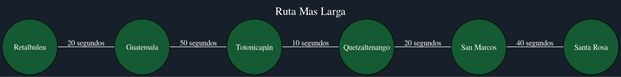
Marco131-xel/Edd_Proyecto2 keeps this Graphviz diagram as Rapidito/ruta_mas_larga.png. Above is the earlier version. Its source is kept beside it as Rapidito/ruta_mas_larga.dot.
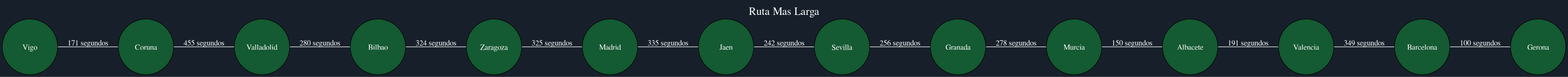
The same file after the commit.

The edit, as a diff of the source:
```diff
@@ -7,20 +7,44 @@
   node [style=filled, fillcolor="#145a32", fontcolor="white", shape=circle, width=1.4, fixedsize=true];
   edge [color="white", fontcolor="white"];
   rankdir="LR";
-  "Retalhuleu";
-  "Retalhuleu";
-  "Retalhuleu" -- "Guatemala" [label="20 segundos"];
-  "Guatemala";
-  "Guatemala";
-  "Guatemala" -- "Totonicapán" [label="50 segundos"];
-  "Totonicapán";
-  "Totonicapán";
-  "Totonicapán" -- "Quetzaltenango" [label="10 segundos"];
-  "Quetzaltenango";
-  "Quetzaltenango";
-  "Quetzaltenango" -- "San Marcos" [label="20 segundos"];
-  "San Marcos";
-  "San Marcos";
-  "San Marcos" -- "Santa Rosa" [label="40 segundos"];
-  "Santa Rosa";
+  "Vigo";
+  "Vigo";
+  "Vigo" -- "Coruna" [label="171 segundos"];
+  "Coruna";
+  "Coruna";
+  "Coruna" -- "Valladolid" [label="455 segundos"];
+  "Valladolid";
+  "Valladolid";
+  "Valladolid" -- "Bilbao" [label="280 segundos"];
+  "Bilbao";
+  "Bilbao";
+  "Bilbao" -- "Zaragoza" [label="324 segundos"];
+  "Zaragoza";
+  "Zaragoza";
+  "Zaragoza" -- "Madrid" [label="325 segundos"];
+  "Madrid";
+  "Madrid";
+  "Madrid" -- "Jaen" [label="335 segundos"];
+  "Jaen";
+  "Jaen";
+  "Jaen" -- "Sevilla" [label="242 segundos"];
+  "Sevilla";
+  "Sevilla";
+  "Sevilla" -- "Granada" [label="256 segundos"];
+  "Granada";
+  "Granada";
+  "Granada" -- "Murcia" [label="278 segundos"];
+  "Murcia";
+  "Murcia";
+  "Murcia" -- "Albacete" [label="150 segundos"];
+  "Albacete";
+  "Albacete";
+  "Albacete" -- "Valencia" [label="191 segundos"];
+  "Valencia";
+  "Valencia";
+  "Valencia" -- "Barcelona" [label="349 segundos"];
+  "Barcelona";
+  "Barcelona";
+  "Barcelona" -- "Gerona" [label="100 segundos"];
+  "Gerona";
 }
```
